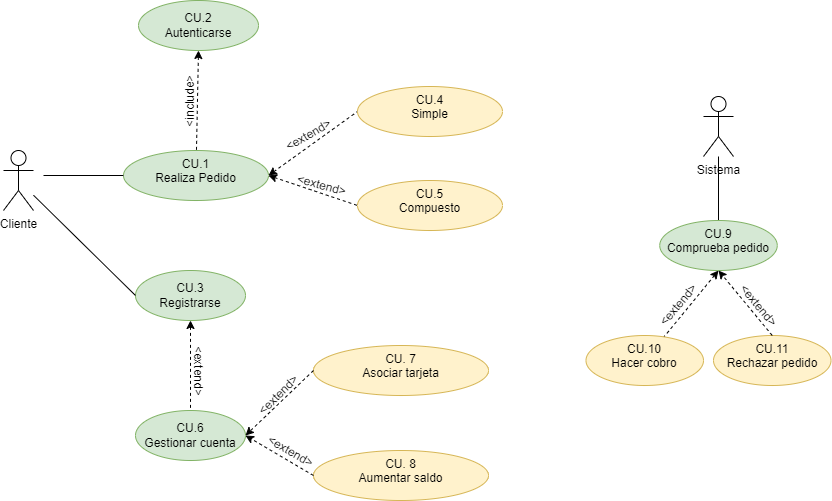
This is Tareas/casosUso/Tarea5-Tienda Virtual/TiendaVirtual.drawio.png from colidom/ets, a draw.io export, as it was before one commit. Source tidied: cells renumbered, new cells last; positions are measured from the earlier drawing's top-left corner, leaving out a move shared by most shapes.
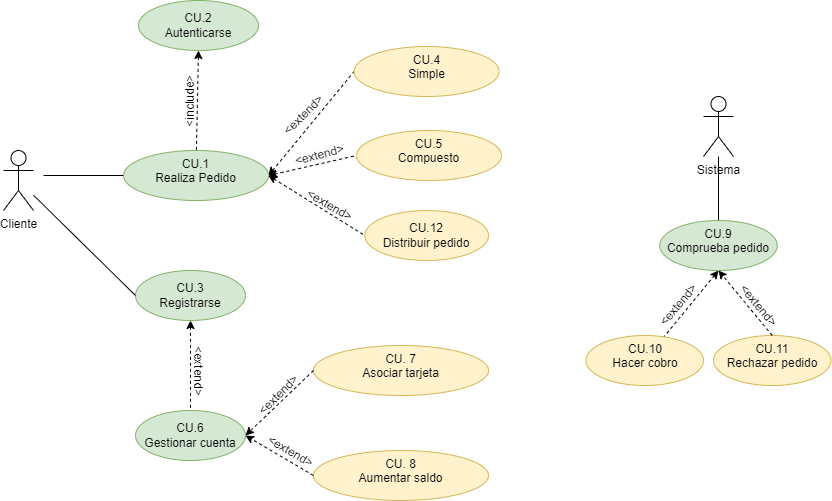
The same file after the commit.

The edit, as a diff of the source:
```diff
@@ -49,19 +49,19 @@
       </mxGeometry>
     </mxCell>
     <mxCell id="16" value="&lt;div&gt;CU.4&lt;/div&gt;&lt;div&gt;Simple&lt;/div&gt;" style="ellipse;whiteSpace=wrap;html=1;verticalAlign=top;fillColor=#fff2cc;strokeColor=#d6b656;" parent="1" vertex="1">
-      <mxGeometry x="354" y="86" width="145" height="50" as="geometry" />
+      <mxGeometry x="350.6" y="46" width="145" height="50" as="geometry" />
     </mxCell>
     <mxCell id="17" value="&lt;div&gt;CU.5&lt;/div&gt;&lt;div&gt;Compuesto&lt;/div&gt;" style="ellipse;whiteSpace=wrap;html=1;verticalAlign=top;fillColor=#fff2cc;strokeColor=#d6b656;" parent="1" vertex="1">
-      <mxGeometry x="354" y="180" width="145" height="50" as="geometry" />
+      <mxGeometry x="353" y="130" width="145" height="50" as="geometry" />
     </mxCell>
     <mxCell id="18" style="rounded=0;jettySize=auto;html=1;exitX=1;exitY=0.5;exitDx=0;exitDy=0;entryX=0;entryY=0.5;entryDx=0;entryDy=0;startArrow=classic;startFill=1;endArrow=none;endFill=0;dashed=1;" parent="1" edge="1" source="4" target="17">
       <mxGeometry relative="1" as="geometry" />
     </mxCell>
-    <mxCell id="19" value="&amp;lt;extend&amp;gt;" style="text;html=1;align=center;verticalAlign=middle;strokeColor=none;fillColor=none;rotation=-30;" parent="1" vertex="1">
-      <mxGeometry x="270" y="120" width="70" height="30" as="geometry" />
+    <mxCell id="19" value="&amp;lt;extend&amp;gt;" style="text;html=1;align=center;verticalAlign=middle;strokeColor=none;fillColor=none;rotation=-45;" parent="1" vertex="1">
+      <mxGeometry x="265" y="100" width="70" height="30" as="geometry" />
     </mxCell>
-    <mxCell id="20" value="&amp;lt;extend&amp;gt;" style="text;html=1;align=center;verticalAlign=middle;strokeColor=none;fillColor=none;rotation=15;" parent="1" vertex="1">
-      <mxGeometry x="283" y="170" width="70" height="30" as="geometry" />
+    <mxCell id="20" value="&amp;lt;extend&amp;gt;" style="text;html=1;align=center;verticalAlign=middle;strokeColor=none;fillColor=none;rotation=-15;" parent="1" vertex="1">
+      <mxGeometry x="280.6" y="140" width="70" height="30" as="geometry" />
     </mxCell>
     <mxCell id="21" value="&lt;div&gt;CU.6&lt;/div&gt;&lt;div&gt;Gestionar cuenta&lt;/div&gt;" style="ellipse;whiteSpace=wrap;html=1;fillColor=#d5e8d4;strokeColor=#82b366;" parent="1" vertex="1">
       <mxGeometry x="132" y="410" width="110" height="50" as="geometry" />
@@ -105,5 +105,14 @@
     <mxCell id="34" value="&amp;lt;extend&amp;gt;" style="text;html=1;align=center;verticalAlign=middle;strokeColor=none;fillColor=none;rotation=50;" parent="1" vertex="1">
       <mxGeometry x="720" y="290" width="70" height="30" as="geometry" />
     </mxCell>
+    <mxCell id="35" value="CU.12&lt;br&gt;Distribuir pedido" style="ellipse;whiteSpace=wrap;html=1;fillColor=#fff2cc;strokeColor=#d6b656;" parent="1" vertex="1">
+      <mxGeometry x="361.2" y="210" width="123.8" height="50" as="geometry" />
+    </mxCell>
+    <mxCell id="36" value="&amp;lt;extend&amp;gt;" style="text;html=1;align=center;verticalAlign=middle;strokeColor=none;fillColor=none;rotation=30;" parent="1" vertex="1">
+      <mxGeometry x="291.2" y="190" width="70" height="30" as="geometry" />
+    </mxCell>
+    <mxCell id="37" style="rounded=0;jettySize=auto;html=1;exitX=1;exitY=0.5;exitDx=0;exitDy=0;entryX=0;entryY=0.5;entryDx=0;entryDy=0;startArrow=classic;startFill=1;endArrow=none;endFill=0;dashed=1;" parent="1" edge="1" source="4" target="35">
+      <mxGeometry relative="1" as="geometry" />
+    </mxCell>
   </root>
 </mxGraphModel>
```
